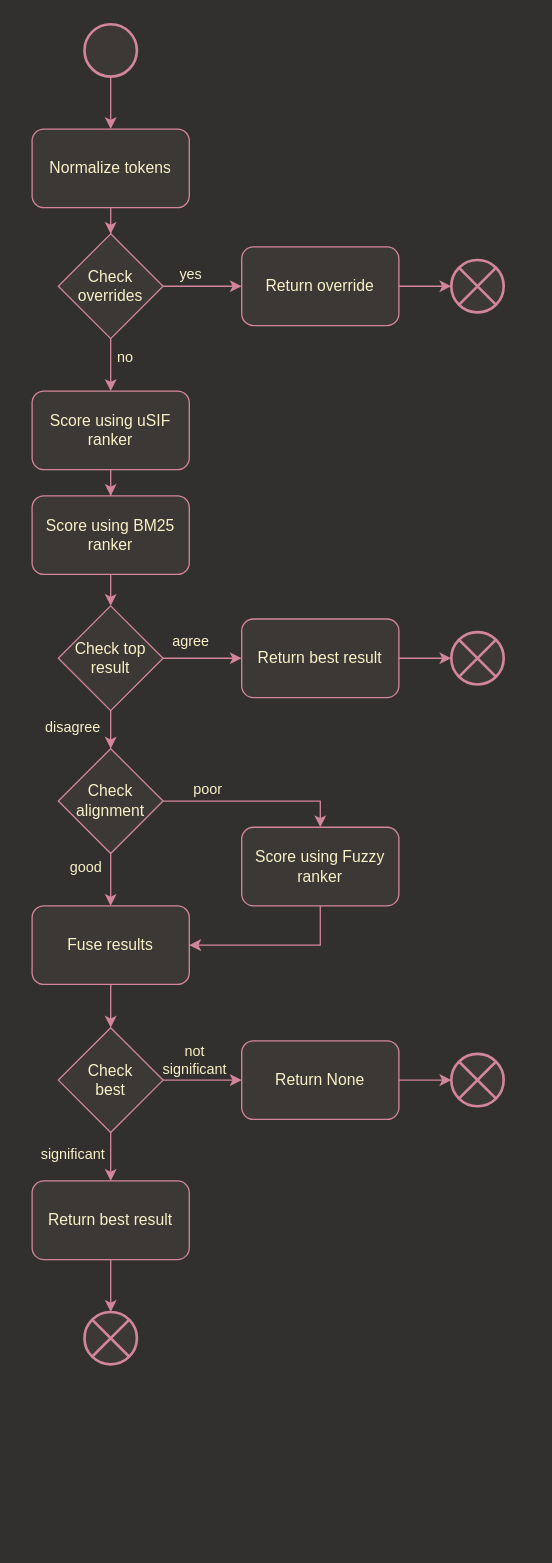
Earlier version of the draw.io diagram docs/source/_static/diagrams/ff_search.drawio (strangetom/ingredient-parser). Source tidied: cells renumbered, new cells numbered last; positions are measured from the earlier drawing's top-left corner, leaving out a move shared by most shapes. Both pictures are drawn from the tidied source at 131%, with x=0, y=0 at pixel (31, 24).
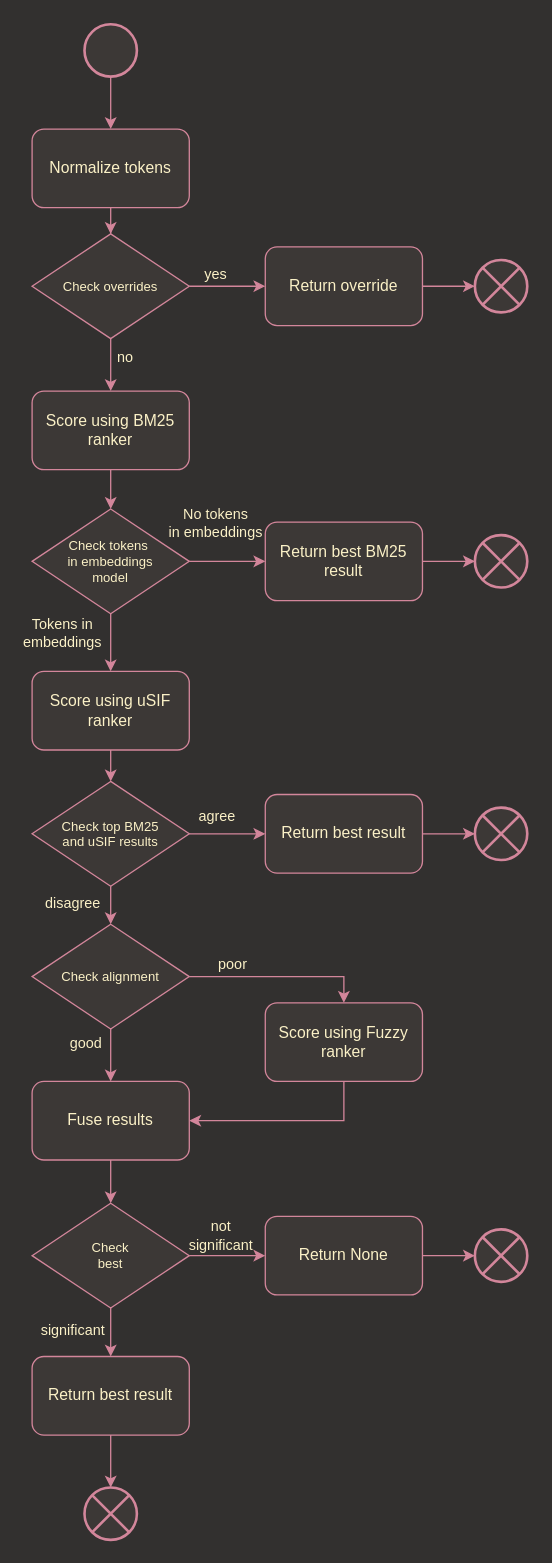
The same page after the edit.

What changed in the source:
```diff
@@
-    <mxCell id="6" style="edgeStyle=orthogonalEdgeStyle;rounded=0;jettySize=auto;html=1;strokeColor=#D3869B;" parent="1" edge="1" source="10" target="14">
+    <mxCell id="6" style="edgeStyle=orthogonalEdgeStyle;rounded=0;jettySize=auto;html=1;strokeColor=#D3869B;exitX=1;exitY=0.5;exitDx=0;exitDy=0;" parent="1" edge="1" source="10" target="14">
       <mxGeometry relative="1" as="geometry" />
     </mxCell>
@@
-    <mxCell id="10" value="Check overrides" style="rhombus;whiteSpace=wrap;html=1;strokeColor=#D3869B;fillColor=#3C3836;fontColor=#FBF1C7;" parent="1" vertex="1">
-      <mxGeometry x="20" y="160" width="80" height="80" as="geometry" />
+    <mxCell id="10" value="Check overrides" style="rhombus;whiteSpace=wrap;html=1;strokeColor=#D3869B;fillColor=#3C3836;fontColor=#FBF1C7;fontSize=10;" parent="1" vertex="1">
+      <mxGeometry y="160" width="120" height="80" as="geometry" />
     </mxCell>
-    <mxCell id="11" style="edgeStyle=orthogonalEdgeStyle;rounded=0;jettySize=auto;html=1;strokeColor=#D3869B;" parent="1" edge="1" source="12" target="17">
+    <mxCell id="11" style="edgeStyle=orthogonalEdgeStyle;rounded=0;jettySize=auto;html=1;strokeColor=#D3869B;entryX=0.5;entryY=0;entryDx=0;entryDy=0;" parent="1" edge="1" source="12" target="50">
       <mxGeometry relative="1" as="geometry" />
     </mxCell>
-    <mxCell id="12" value="Score using uSIF ranker" style="rounded=1;whiteSpace=wrap;html=1;strokeColor=#D3869B;fillColor=#3C3836;fontColor=#FBF1C7;" parent="1" vertex="1">
+    <mxCell id="12" value="Score using BM25 ranker" style="rounded=1;whiteSpace=wrap;html=1;strokeColor=#D3869B;fillColor=#3C3836;fontColor=#FBF1C7;" parent="1" vertex="1">
       <mxGeometry y="280" width="120" height="60" as="geometry" />
     </mxCell>
@@
     <mxCell id="14" value="Return override" style="rounded=1;whiteSpace=wrap;html=1;strokeColor=#D3869B;fillColor=#3C3836;fontColor=#FBF1C7;" parent="1" vertex="1">
-      <mxGeometry x="160" y="170" width="120" height="60" as="geometry" />
+      <mxGeometry x="178" y="170" width="120" height="60" as="geometry" />
     </mxCell>
     <mxCell id="15" style="html=1;shape=mxgraph.sysml.flowFinal;strokeWidth=2;verticalLabelPosition=bottom;verticalAlignment=top;strokeColor=#D3869B;fillColor=#3C3836;" parent="1" vertex="1">
-      <mxGeometry x="320" y="180" width="40" height="40" as="geometry" />
+      <mxGeometry x="338" y="180" width="40" height="40" as="geometry" />
     </mxCell>
@@
-    <mxCell id="17" value="Score using BM25 ranker" style="rounded=1;whiteSpace=wrap;html=1;strokeColor=#D3869B;fillColor=#3C3836;fontColor=#FBF1C7;" parent="1" vertex="1">
-      <mxGeometry y="360" width="120" height="60" as="geometry" />
+    <mxCell id="17" value="Score using uSIF ranker" style="rounded=1;whiteSpace=wrap;html=1;strokeColor=#D3869B;fillColor=#3C3836;fontColor=#FBF1C7;" parent="1" vertex="1">
+      <mxGeometry y="494" width="120" height="60" as="geometry" />
     </mxCell>
@@
-    <mxCell id="22" value="Check alignment" style="rhombus;whiteSpace=wrap;html=1;strokeColor=#D3869B;fillColor=#3C3836;fontColor=#FBF1C7;" parent="1" vertex="1">
-      <mxGeometry x="20" y="553" width="80" height="80" as="geometry" />
+    <mxCell id="22" value="Check alignment" style="rhombus;whiteSpace=wrap;html=1;strokeColor=#D3869B;fillColor=#3C3836;fontColor=#FBF1C7;fontSize=10;" parent="1" vertex="1">
+      <mxGeometry y="687" width="120" height="80" as="geometry" />
     </mxCell>
@@
     <mxCell id="24" value="Fuse results" style="rounded=1;whiteSpace=wrap;html=1;strokeColor=#D3869B;fillColor=#3C3836;fontColor=#FBF1C7;" parent="1" vertex="1">
-      <mxGeometry y="673" width="120" height="60" as="geometry" />
+      <mxGeometry y="807" width="120" height="60" as="geometry" />
     </mxCell>
@@
     <mxCell id="26" value="Score using Fuzzy ranker" style="rounded=1;whiteSpace=wrap;html=1;strokeColor=#D3869B;fillColor=#3C3836;fontColor=#FBF1C7;" parent="1" vertex="1">
-      <mxGeometry x="160" y="613" width="120" height="60" as="geometry" />
+      <mxGeometry x="178" y="747" width="120" height="60" as="geometry" />
     </mxCell>
@@
     <mxCell id="28" value="Return best result" style="rounded=1;whiteSpace=wrap;html=1;strokeColor=#D3869B;fillColor=#3C3836;fontColor=#FBF1C7;" parent="1" vertex="1">
-      <mxGeometry y="883" width="120" height="60" as="geometry" />
+      <mxGeometry y="1017" width="120" height="60" as="geometry" />
     </mxCell>
     <mxCell id="29" style="html=1;shape=mxgraph.sysml.flowFinal;strokeWidth=2;verticalLabelPosition=bottom;verticalAlignment=top;strokeColor=#D3869B;fillColor=#3C3836;" parent="1" vertex="1">
-      <mxGeometry x="40" y="983" width="40" height="40" as="geometry" />
+      <mxGeometry x="40" y="1117" width="40" height="40" as="geometry" />
     </mxCell>
@@
-    <mxCell id="34" value="&lt;div&gt;Check&lt;/div&gt;&lt;div&gt;best&lt;/div&gt;" style="rhombus;whiteSpace=wrap;html=1;strokeColor=#D3869B;fillColor=#3C3836;fontColor=#FBF1C7;" parent="1" vertex="1">
-      <mxGeometry x="20" y="766" width="80" height="80" as="geometry" />
+    <mxCell id="34" value="&lt;div&gt;Check&lt;/div&gt;&lt;div&gt;best&lt;/div&gt;" style="rhombus;whiteSpace=wrap;html=1;strokeColor=#D3869B;fillColor=#3C3836;fontColor=#FBF1C7;fontSize=10;" parent="1" vertex="1">
+      <mxGeometry y="900" width="120" height="80" as="geometry" />
     </mxCell>
@@
     <mxCell id="36" value="Return None" style="rounded=1;whiteSpace=wrap;html=1;strokeColor=#D3869B;fillColor=#3C3836;fontColor=#FBF1C7;" parent="1" vertex="1">
-      <mxGeometry x="160" y="776" width="120" height="60" as="geometry" />
+      <mxGeometry x="178" y="910" width="120" height="60" as="geometry" />
     </mxCell>
     <mxCell id="37" style="html=1;shape=mxgraph.sysml.flowFinal;strokeWidth=2;verticalLabelPosition=bottom;verticalAlignment=top;strokeColor=#D3869B;fillColor=#3C3836;" parent="1" vertex="1">
-      <mxGeometry x="320" y="786" width="40" height="40" as="geometry" />
+      <mxGeometry x="338" y="920" width="40" height="40" as="geometry" />
     </mxCell>
@@
-    <mxCell id="42" value="Check top result" style="rhombus;whiteSpace=wrap;html=1;strokeColor=#D3869B;fillColor=#3C3836;fontColor=#FBF1C7;" parent="1" vertex="1">
-      <mxGeometry x="20" y="444" width="80" height="80" as="geometry" />
+    <mxCell id="42" value="&lt;div&gt;Check top BM25&lt;/div&gt;&lt;div&gt;and uSIF results&lt;/div&gt;" style="rhombus;whiteSpace=wrap;html=1;strokeColor=#D3869B;fillColor=#3C3836;fontColor=#FBF1C7;fontSize=10;" parent="1" vertex="1">
+      <mxGeometry y="578" width="120" height="80" as="geometry" />
     </mxCell>
@@
     <mxCell id="44" value="Return best result" style="rounded=1;whiteSpace=wrap;html=1;strokeColor=#D3869B;fillColor=#3C3836;fontColor=#FBF1C7;" parent="1" vertex="1">
-      <mxGeometry x="160" y="454" width="120" height="60" as="geometry" />
+      <mxGeometry x="178" y="588" width="120" height="60" as="geometry" />
     </mxCell>
     <mxCell id="45" style="html=1;shape=mxgraph.sysml.flowFinal;strokeWidth=2;verticalLabelPosition=bottom;verticalAlignment=top;strokeColor=#D3869B;fillColor=#3C3836;" parent="1" vertex="1">
-      <mxGeometry x="320" y="464" width="40" height="40" as="geometry" />
+      <mxGeometry x="338" y="598" width="40" height="40" as="geometry" />
     </mxCell>
+    <mxCell id="46" style="edgeStyle=orthogonalEdgeStyle;rounded=0;jettySize=auto;html=1;entryX=0.5;entryY=0;entryDx=0;entryDy=0;strokeColor=#D3869B;" parent="1" edge="1" source="50" target="17">
+      <mxGeometry relative="1" as="geometry" />
+    </mxCell>
+    <mxCell id="47" value="&lt;div&gt;Tokens in&lt;/div&gt;&lt;div&gt;embeddings&lt;/div&gt;" style="edgeLabel;html=1;align=center;verticalAlign=middle;labelBackgroundColor=none;fontColor=#FBF1C7;" parent="46" vertex="1">
+      <mxGeometry x="0.11" y="-1" relative="1" as="geometry">
+        <mxPoint x="-37" y="-10" as="offset" />
+      </mxGeometry>
+    </mxCell>
+    <mxCell id="48" style="edgeStyle=orthogonalEdgeStyle;rounded=0;jettySize=auto;html=1;entryX=0;entryY=0.5;entryDx=0;entryDy=0;strokeColor=#D3869B;" parent="1" edge="1" source="50" target="52">
+      <mxGeometry relative="1" as="geometry" />
+    </mxCell>
+    <mxCell id="49" value="&lt;div&gt;No tokens&lt;/div&gt;&lt;div&gt;in embeddings&lt;/div&gt;" style="edgeLabel;html=1;align=center;verticalAlign=middle;labelBackgroundColor=none;fontColor=#FBF1C7;" parent="48" vertex="1">
+      <mxGeometry x="-0.28" relative="1" as="geometry">
+        <mxPoint x="-2" y="-30" as="offset" />
+      </mxGeometry>
+    </mxCell>
+    <mxCell id="50" value="&lt;div&gt;Check tokens&amp;nbsp;&lt;/div&gt;&lt;div&gt;in embeddings&lt;/div&gt;&lt;div&gt;model&lt;/div&gt;" style="rhombus;whiteSpace=wrap;html=1;strokeColor=#D3869B;fillColor=#3C3836;fontColor=#FBF1C7;fontSize=10;" parent="1" vertex="1">
+      <mxGeometry y="370" width="120" height="80" as="geometry" />
+    </mxCell>
+    <mxCell id="51" style="edgeStyle=orthogonalEdgeStyle;rounded=0;jettySize=auto;html=1;strokeColor=#D3869B;" parent="1" edge="1" source="52" target="53">
+      <mxGeometry relative="1" as="geometry" />
+    </mxCell>
+    <mxCell id="52" value="Return best BM25 result" style="rounded=1;whiteSpace=wrap;html=1;strokeColor=#D3869B;fillColor=#3C3836;fontColor=#FBF1C7;" parent="1" vertex="1">
+      <mxGeometry x="178" y="380" width="120" height="60" as="geometry" />
+    </mxCell>
+    <mxCell id="53" style="html=1;shape=mxgraph.sysml.flowFinal;strokeWidth=2;verticalLabelPosition=bottom;verticalAlignment=top;strokeColor=#D3869B;fillColor=#3C3836;" parent="1" vertex="1">
+      <mxGeometry x="338" y="390" width="40" height="40" as="geometry" />
+    </mxCell>
```
